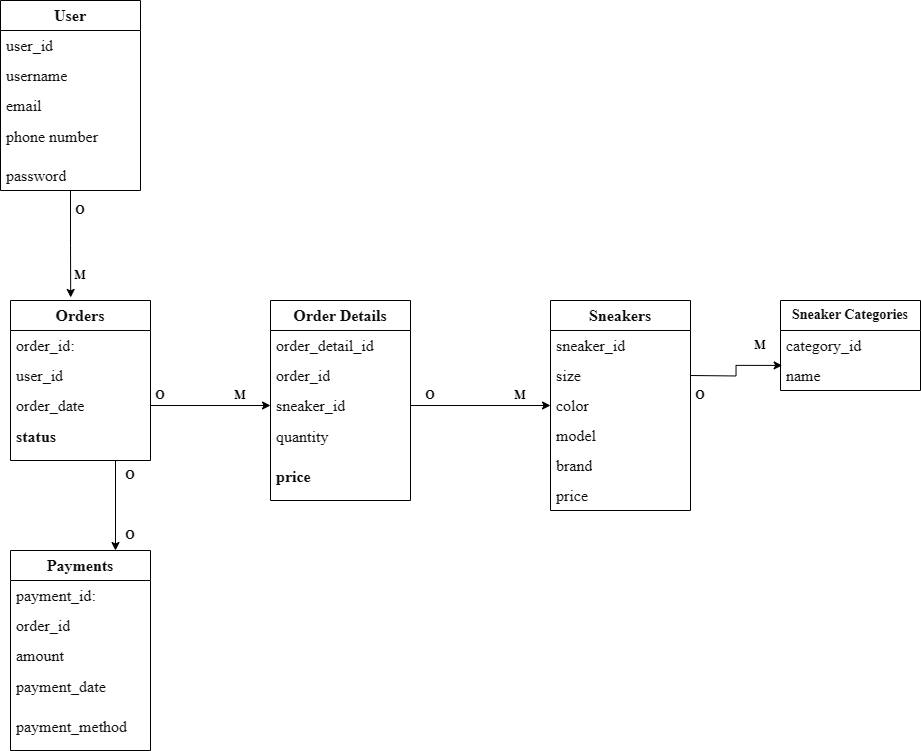
The draw.io diagram docs/database structure creation.png in Gleb1395/Online-sneakers-shop, before a commit. Source tidied: cells renumbered, new cells last; positions are measured from the earlier drawing's top-left corner, leaving out a move shared by most shapes.
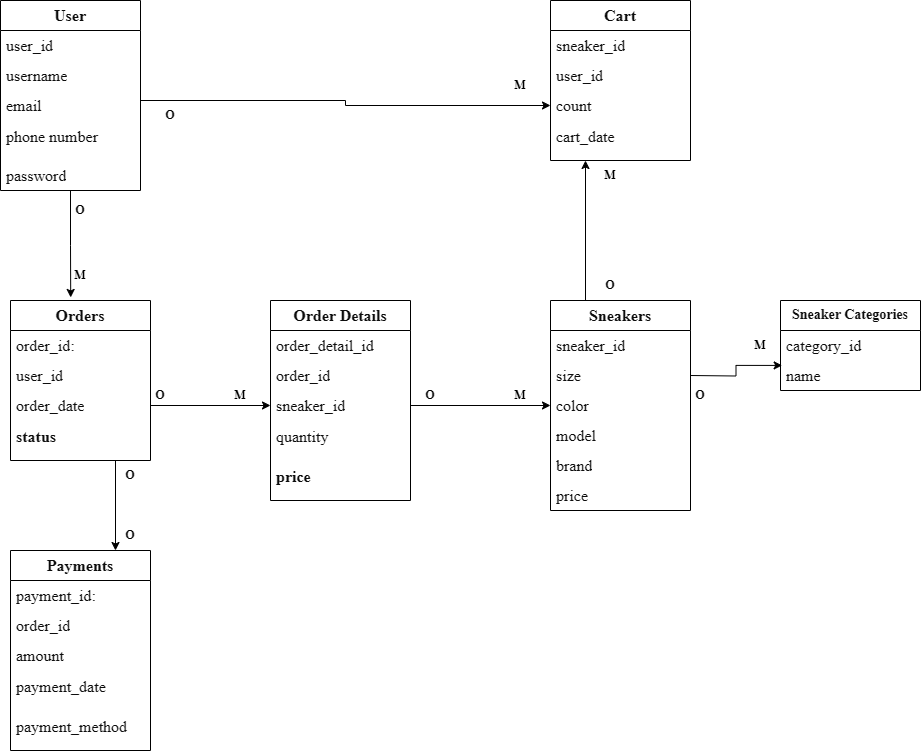
After the commit.

Diff of the diagram source:
```diff
@@ -38,6 +38,9 @@
     <mxCell id="13" value="&lt;span style=&quot;border: 0px solid rgb(227, 227, 227); box-sizing: border-box; --tw-border-spacing-x: 0; --tw-border-spacing-y: 0; --tw-translate-x: 0; --tw-translate-y: 0; --tw-rotate: 0; --tw-skew-x: 0; --tw-skew-y: 0; --tw-scale-x: 1; --tw-scale-y: 1; --tw-pan-x: ; --tw-pan-y: ; --tw-pinch-zoom: ; --tw-scroll-snap-strictness: proximity; --tw-gradient-from-position: ; --tw-gradient-via-position: ; --tw-gradient-to-position: ; --tw-ordinal: ; --tw-slashed-zero: ; --tw-numeric-figure: ; --tw-numeric-spacing: ; --tw-numeric-fraction: ; --tw-ring-inset: ; --tw-ring-offset-width: 0px; --tw-ring-offset-color: #fff; --tw-ring-color: rgba(69,89,164,.5); --tw-ring-offset-shadow: 0 0 transparent; --tw-ring-shadow: 0 0 transparent; --tw-shadow: 0 0 transparent; --tw-shadow-colored: 0 0 transparent; --tw-blur: ; --tw-brightness: ; --tw-contrast: ; --tw-grayscale: ; --tw-hue-rotate: ; --tw-invert: ; --tw-saturate: ; --tw-sepia: ; --tw-drop-shadow: ; --tw-backdrop-blur: ; --tw-backdrop-brightness: ; --tw-backdrop-contrast: ; --tw-backdrop-grayscale: ; --tw-backdrop-hue-rotate: ; --tw-backdrop-invert: ; --tw-backdrop-opacity: ; --tw-backdrop-saturate: ; --tw-backdrop-sepia: ; --tw-contain-size: ; --tw-contain-layout: ; --tw-contain-paint: ; --tw-contain-style: ; color: rgb(13, 13, 13); font-size: 16px; white-space-collapse: preserve; background-color: rgb(255, 255, 255);&quot;&gt;password&lt;/span&gt;" style="text;strokeColor=none;fillColor=none;align=left;verticalAlign=middle;spacingLeft=4;spacingRight=4;overflow=hidden;whiteSpace=wrap;html=1;fontFamily=Times New Roman;fontStyle=0;" parent="8" vertex="1">
       <mxGeometry y="160" width="140" height="30" as="geometry" />
     </mxCell>
+    <mxCell id="50" style="edgeStyle=orthogonalEdgeStyle;rounded=0;jettySize=auto;html=1;exitX=0.25;exitY=0;exitDx=0;exitDy=0;entryX=0.25;entryY=1;entryDx=0;entryDy=0;" parent="1" edge="1" source="14" target="55">
+      <mxGeometry relative="1" as="geometry" />
+    </mxCell>
     <mxCell id="14" value="&lt;span style=&quot;border: 0px solid rgb(227, 227, 227); box-sizing: border-box; --tw-border-spacing-x: 0; --tw-border-spacing-y: 0; --tw-translate-x: 0; --tw-translate-y: 0; --tw-rotate: 0; --tw-skew-x: 0; --tw-skew-y: 0; --tw-scale-x: 1; --tw-scale-y: 1; --tw-pan-x: ; --tw-pan-y: ; --tw-pinch-zoom: ; --tw-scroll-snap-strictness: proximity; --tw-gradient-from-position: ; --tw-gradient-via-position: ; --tw-gradient-to-position: ; --tw-ordinal: ; --tw-slashed-zero: ; --tw-numeric-figure: ; --tw-numeric-spacing: ; --tw-numeric-fraction: ; --tw-ring-inset: ; --tw-ring-offset-width: 0px; --tw-ring-offset-color: #fff; --tw-ring-color: rgba(69,89,164,.5); --tw-ring-offset-shadow: 0 0 transparent; --tw-ring-shadow: 0 0 transparent; --tw-shadow: 0 0 transparent; --tw-shadow-colored: 0 0 transparent; --tw-blur: ; --tw-brightness: ; --tw-contrast: ; --tw-grayscale: ; --tw-hue-rotate: ; --tw-invert: ; --tw-saturate: ; --tw-sepia: ; --tw-drop-shadow: ; --tw-backdrop-blur: ; --tw-backdrop-brightness: ; --tw-backdrop-contrast: ; --tw-backdrop-grayscale: ; --tw-backdrop-hue-rotate: ; --tw-backdrop-invert: ; --tw-backdrop-opacity: ; --tw-backdrop-saturate: ; --tw-backdrop-sepia: ; --tw-contain-size: ; --tw-contain-layout: ; --tw-contain-paint: ; --tw-contain-style: ; color: rgb(13, 13, 13); font-size: 16px; text-align: left; white-space-collapse: preserve; background-color: rgb(255, 255, 255);&quot;&gt;Sneakers&lt;/span&gt;" style="swimlane;fontStyle=1;horizontal=1;startSize=30;whiteSpace=wrap;html=1;fontFamily=Times New Roman;" parent="1" vertex="1">
       <mxGeometry x="550" y="300" width="140" height="210" as="geometry" />
     </mxCell>
@@ -148,5 +151,35 @@
     <mxCell id="49" value="O" style="text;html=1;align=center;verticalAlign=middle;whiteSpace=wrap;rounded=0;fontFamily=Times New Roman;fontStyle=1;" parent="1" vertex="1">
       <mxGeometry x="100" y="520" width="60" height="30" as="geometry" />
     </mxCell>
+    <mxCell id="51" value="&lt;span style=&quot;border: 0px solid rgb(227, 227, 227); box-sizing: border-box; --tw-border-spacing-x: 0; --tw-border-spacing-y: 0; --tw-translate-x: 0; --tw-translate-y: 0; --tw-rotate: 0; --tw-skew-x: 0; --tw-skew-y: 0; --tw-scale-x: 1; --tw-scale-y: 1; --tw-pan-x: ; --tw-pan-y: ; --tw-pinch-zoom: ; --tw-scroll-snap-strictness: proximity; --tw-gradient-from-position: ; --tw-gradient-via-position: ; --tw-gradient-to-position: ; --tw-ordinal: ; --tw-slashed-zero: ; --tw-numeric-figure: ; --tw-numeric-spacing: ; --tw-numeric-fraction: ; --tw-ring-inset: ; --tw-ring-offset-width: 0px; --tw-ring-offset-color: #fff; --tw-ring-color: rgba(69,89,164,.5); --tw-ring-offset-shadow: 0 0 transparent; --tw-ring-shadow: 0 0 transparent; --tw-shadow: 0 0 transparent; --tw-shadow-colored: 0 0 transparent; --tw-blur: ; --tw-brightness: ; --tw-contrast: ; --tw-grayscale: ; --tw-hue-rotate: ; --tw-invert: ; --tw-saturate: ; --tw-sepia: ; --tw-drop-shadow: ; --tw-backdrop-blur: ; --tw-backdrop-brightness: ; --tw-backdrop-contrast: ; --tw-backdrop-grayscale: ; --tw-backdrop-hue-rotate: ; --tw-backdrop-invert: ; --tw-backdrop-opacity: ; --tw-backdrop-saturate: ; --tw-backdrop-sepia: ; --tw-contain-size: ; --tw-contain-layout: ; --tw-contain-paint: ; --tw-contain-style: ; color: rgb(13, 13, 13); font-size: 16px; text-align: left; white-space-collapse: preserve; background-color: rgb(255, 255, 255);&quot;&gt;Cart&lt;/span&gt;" style="swimlane;fontStyle=1;horizontal=1;startSize=30;whiteSpace=wrap;html=1;fontFamily=Times New Roman;" parent="1" vertex="1">
+      <mxGeometry x="550" width="140" height="160" as="geometry" />
+    </mxCell>
+    <mxCell id="52" value="&lt;span style=&quot;color: rgb(13, 13, 13); font-size: 16px; white-space-collapse: preserve; background-color: rgb(255, 255, 255);&quot;&gt;sneaker_id&lt;/span&gt;" style="text;strokeColor=none;fillColor=none;align=left;verticalAlign=middle;spacingLeft=4;spacingRight=4;overflow=hidden;whiteSpace=wrap;html=1;fontFamily=Times New Roman;fontStyle=0;" parent="51" vertex="1">
+      <mxGeometry y="30" width="140" height="30" as="geometry" />
+    </mxCell>
+    <mxCell id="53" value="&lt;span style=&quot;border: 0px solid rgb(227, 227, 227); box-sizing: border-box; --tw-border-spacing-x: 0; --tw-border-spacing-y: 0; --tw-translate-x: 0; --tw-translate-y: 0; --tw-rotate: 0; --tw-skew-x: 0; --tw-skew-y: 0; --tw-scale-x: 1; --tw-scale-y: 1; --tw-pan-x: ; --tw-pan-y: ; --tw-pinch-zoom: ; --tw-scroll-snap-strictness: proximity; --tw-gradient-from-position: ; --tw-gradient-via-position: ; --tw-gradient-to-position: ; --tw-ordinal: ; --tw-slashed-zero: ; --tw-numeric-figure: ; --tw-numeric-spacing: ; --tw-numeric-fraction: ; --tw-ring-inset: ; --tw-ring-offset-width: 0px; --tw-ring-offset-color: #fff; --tw-ring-color: rgba(69,89,164,.5); --tw-ring-offset-shadow: 0 0 transparent; --tw-ring-shadow: 0 0 transparent; --tw-shadow: 0 0 transparent; --tw-shadow-colored: 0 0 transparent; --tw-blur: ; --tw-brightness: ; --tw-contrast: ; --tw-grayscale: ; --tw-hue-rotate: ; --tw-invert: ; --tw-saturate: ; --tw-sepia: ; --tw-drop-shadow: ; --tw-backdrop-blur: ; --tw-backdrop-brightness: ; --tw-backdrop-contrast: ; --tw-backdrop-grayscale: ; --tw-backdrop-hue-rotate: ; --tw-backdrop-invert: ; --tw-backdrop-opacity: ; --tw-backdrop-saturate: ; --tw-backdrop-sepia: ; --tw-contain-size: ; --tw-contain-layout: ; --tw-contain-paint: ; --tw-contain-style: ; color: rgb(13, 13, 13); font-size: 16px; white-space-collapse: preserve; background-color: rgb(255, 255, 255);&quot;&gt;user_id&lt;/span&gt;" style="text;strokeColor=none;fillColor=none;align=left;verticalAlign=middle;spacingLeft=4;spacingRight=4;overflow=hidden;whiteSpace=wrap;html=1;fontFamily=Times New Roman;fontStyle=0;" parent="51" vertex="1">
+      <mxGeometry y="60" width="140" height="30" as="geometry" />
+    </mxCell>
+    <mxCell id="54" value="&lt;span style=&quot;border: 0px solid rgb(227, 227, 227); box-sizing: border-box; --tw-border-spacing-x: 0; --tw-border-spacing-y: 0; --tw-translate-x: 0; --tw-translate-y: 0; --tw-rotate: 0; --tw-skew-x: 0; --tw-skew-y: 0; --tw-scale-x: 1; --tw-scale-y: 1; --tw-pan-x: ; --tw-pan-y: ; --tw-pinch-zoom: ; --tw-scroll-snap-strictness: proximity; --tw-gradient-from-position: ; --tw-gradient-via-position: ; --tw-gradient-to-position: ; --tw-ordinal: ; --tw-slashed-zero: ; --tw-numeric-figure: ; --tw-numeric-spacing: ; --tw-numeric-fraction: ; --tw-ring-inset: ; --tw-ring-offset-width: 0px; --tw-ring-offset-color: #fff; --tw-ring-color: rgba(69,89,164,.5); --tw-ring-offset-shadow: 0 0 transparent; --tw-ring-shadow: 0 0 transparent; --tw-shadow: 0 0 transparent; --tw-shadow-colored: 0 0 transparent; --tw-blur: ; --tw-brightness: ; --tw-contrast: ; --tw-grayscale: ; --tw-hue-rotate: ; --tw-invert: ; --tw-saturate: ; --tw-sepia: ; --tw-drop-shadow: ; --tw-backdrop-blur: ; --tw-backdrop-brightness: ; --tw-backdrop-contrast: ; --tw-backdrop-grayscale: ; --tw-backdrop-hue-rotate: ; --tw-backdrop-invert: ; --tw-backdrop-opacity: ; --tw-backdrop-saturate: ; --tw-backdrop-sepia: ; --tw-contain-size: ; --tw-contain-layout: ; --tw-contain-paint: ; --tw-contain-style: ; color: rgb(13, 13, 13); font-size: 16px; white-space-collapse: preserve; background-color: rgb(255, 255, 255);&quot;&gt;count&lt;/span&gt;" style="text;strokeColor=none;fillColor=none;align=left;verticalAlign=middle;spacingLeft=4;spacingRight=4;overflow=hidden;points=[[0,0.5],[1,0.5]];portConstraint=eastwest;whiteSpace=wrap;html=1;fontFamily=Times New Roman;fontStyle=0;" parent="51" vertex="1">
+      <mxGeometry y="90" width="140" height="30" as="geometry" />
+    </mxCell>
+    <mxCell id="55" value="&lt;font color=&quot;#0d0d0d&quot;&gt;&lt;span style=&quot;font-size: 16px; white-space-collapse: preserve; background-color: rgb(255, 255, 255);&quot;&gt; cart_date&lt;/span&gt;&lt;/font&gt;" style="text;whiteSpace=wrap;html=1;fontFamily=Times New Roman;fontStyle=0;" parent="51" vertex="1">
+      <mxGeometry y="120" width="140" height="40" as="geometry" />
+    </mxCell>
+    <mxCell id="56" style="edgeStyle=orthogonalEdgeStyle;rounded=0;jettySize=auto;html=1;exitX=1;exitY=0;exitDx=0;exitDy=0;entryX=0;entryY=0.5;entryDx=0;entryDy=0;" parent="1" edge="1" source="12" target="54">
+      <mxGeometry relative="1" as="geometry" />
+    </mxCell>
+    <mxCell id="57" value="O" style="text;html=1;align=center;verticalAlign=middle;whiteSpace=wrap;rounded=0;fontFamily=Times New Roman;fontStyle=1;" parent="1" vertex="1">
+      <mxGeometry x="140" y="100" width="60" height="30" as="geometry" />
+    </mxCell>
+    <mxCell id="58" value="M" style="text;html=1;align=center;verticalAlign=middle;whiteSpace=wrap;rounded=0;fontFamily=Times New Roman;fontStyle=1;" parent="1" vertex="1">
+      <mxGeometry x="580" y="160" width="60" height="30" as="geometry" />
+    </mxCell>
+    <mxCell id="59" value="O" style="text;html=1;align=center;verticalAlign=middle;whiteSpace=wrap;rounded=0;fontFamily=Times New Roman;fontStyle=1;" parent="1" vertex="1">
+      <mxGeometry x="580" y="270" width="60" height="30" as="geometry" />
+    </mxCell>
+    <mxCell id="60" value="M" style="text;html=1;align=center;verticalAlign=middle;whiteSpace=wrap;rounded=0;fontFamily=Times New Roman;fontStyle=1;" parent="1" vertex="1">
+      <mxGeometry x="490" y="70" width="60" height="30" as="geometry" />
+    </mxCell>
   </root>
 </mxGraphModel>
```
